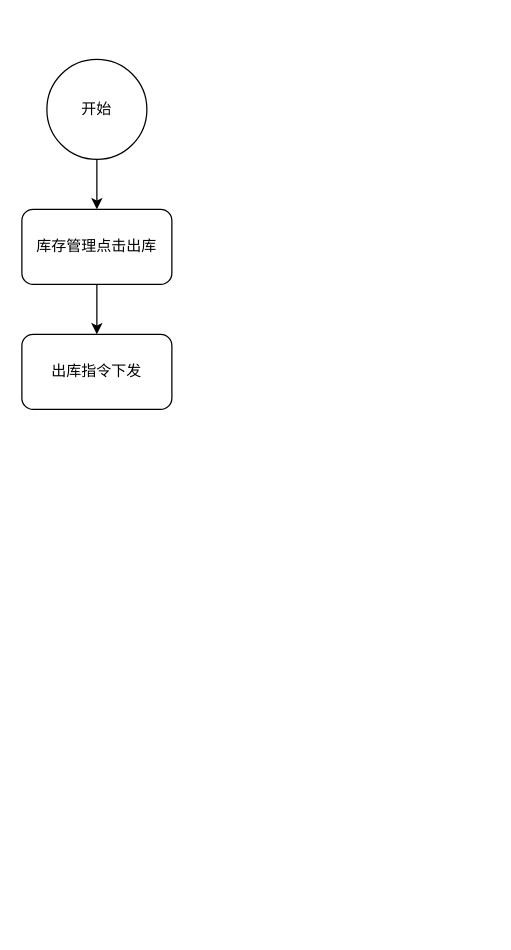
Earlier version of the draw.io diagram 威海HP出库流程.drawio (FrankKirin/PM_works). Source tidied: cells renumbered, new cells numbered last; positions are measured from the earlier drawing's top-left corner, leaving out a move shared by most shapes. Both pictures are drawn from the tidied source at 125%, with x=0, y=0 at pixel (21, 59).
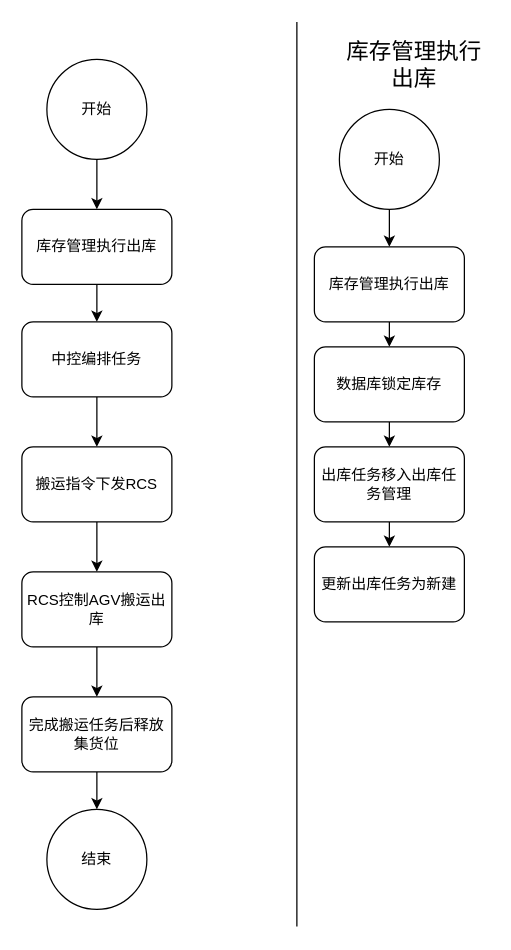
Above is the later version.

Commit message (it also covers changes not shown here):
Update 威海HP出库流程.drawio

Diff of the diagram source:
```diff
@@
-    <mxCell id="4" style="edgeStyle=orthogonalEdgeStyle;rounded=0;jettySize=auto;html=1;exitX=0.5;exitY=1;exitDx=0;exitDy=0;entryX=0.5;entryY=0;entryDx=0;entryDy=0;" parent="1" edge="1" source="5" target="6">
-      <mxGeometry relative="1" as="geometry" />
-    </mxCell>
+    <mxCell id="7" style="edgeStyle=orthogonalEdgeStyle;rounded=0;jettySize=auto;html=1;exitX=0.5;exitY=1;exitDx=0;exitDy=0;entryX=0.5;entryY=0;entryDx=0;entryDy=0;" parent="1" edge="1" source="5" target="15">
+      <mxGeometry relative="1" as="geometry" />
+    </mxCell>
-    <mxCell id="5" value="库存管理点击出库" style="rounded=1;whiteSpace=wrap;html=1;" parent="1" vertex="1">
+    <mxCell id="5" value="库存管理执行出库" style="rounded=1;whiteSpace=wrap;html=1;" parent="1" vertex="1">
       <mxGeometry y="120" width="120" height="60" as="geometry" />
     </mxCell>
+    <mxCell id="8" style="edgeStyle=orthogonalEdgeStyle;rounded=0;jettySize=auto;html=1;exitX=0.5;exitY=1;exitDx=0;exitDy=0;entryX=0.5;entryY=0;entryDx=0;entryDy=0;" parent="1" edge="1" source="6" target="10">
+      <mxGeometry relative="1" as="geometry" />
+    </mxCell>
-    <mxCell id="6" value="出库指令下发" style="rounded=1;whiteSpace=wrap;html=1;" parent="1" vertex="1">
-      <mxGeometry y="220" width="120" height="60" as="geometry" />
+    <mxCell id="6" value="搬运指令下发RCS" style="rounded=1;whiteSpace=wrap;html=1;" parent="1" vertex="1">
+      <mxGeometry y="310" width="120" height="60" as="geometry" />
     </mxCell>
+    <mxCell id="9" style="edgeStyle=orthogonalEdgeStyle;rounded=0;jettySize=auto;html=1;exitX=0.5;exitY=1;exitDx=0;exitDy=0;entryX=0.5;entryY=0;entryDx=0;entryDy=0;" parent="1" edge="1" source="10" target="12">
+      <mxGeometry relative="1" as="geometry" />
+    </mxCell>
+    <mxCell id="10" value="RCS控制AGV搬运出库" style="rounded=1;whiteSpace=wrap;html=1;" parent="1" vertex="1">
+      <mxGeometry y="410" width="120" height="60" as="geometry" />
+    </mxCell>
+    <mxCell id="11" style="edgeStyle=orthogonalEdgeStyle;rounded=0;jettySize=auto;html=1;exitX=0.5;exitY=1;exitDx=0;exitDy=0;entryX=0.5;entryY=0;entryDx=0;entryDy=0;" parent="1" edge="1" source="12" target="13">
+      <mxGeometry relative="1" as="geometry" />
+    </mxCell>
+    <mxCell id="12" value="完成搬运任务后释放集货位" style="rounded=1;whiteSpace=wrap;html=1;" parent="1" vertex="1">
+      <mxGeometry y="510" width="120" height="60" as="geometry" />
+    </mxCell>
+    <mxCell id="13" value="结束" style="ellipse;whiteSpace=wrap;html=1;" parent="1" vertex="1">
+      <mxGeometry x="20" y="600" width="80" height="80" as="geometry" />
+    </mxCell>
+    <mxCell id="14" style="edgeStyle=orthogonalEdgeStyle;rounded=0;jettySize=auto;html=1;exitX=0.5;exitY=1;exitDx=0;exitDy=0;entryX=0.5;entryY=0;entryDx=0;entryDy=0;" parent="1" edge="1" source="15" target="6">
+      <mxGeometry relative="1" as="geometry" />
+    </mxCell>
+    <mxCell id="15" value="中控编排任务" style="rounded=1;whiteSpace=wrap;html=1;" parent="1" vertex="1">
+      <mxGeometry y="210" width="120" height="60" as="geometry" />
+    </mxCell>
+    <mxCell id="16" style="endArrow=none;html=1;rounded=0;" parent="1" edge="1">
+      <mxGeometry relative="1" as="geometry">
+        <mxPoint x="220" y="693.6" as="sourcePoint" />
+        <mxPoint x="220" y="-30" as="targetPoint" />
+      </mxGeometry>
+    </mxCell>
+    <mxCell id="17" value="&lt;font style=&quot;font-size: 18px&quot;&gt;库存管理执行出库&lt;/font&gt;" style="text;html=1;strokeColor=none;fillColor=none;align=center;verticalAlign=middle;whiteSpace=wrap;rounded=0;" parent="1" vertex="1">
+      <mxGeometry x="254" y="-10" width="120" height="30" as="geometry" />
+    </mxCell>
+    <mxCell id="18" style="edgeStyle=orthogonalEdgeStyle;rounded=0;jettySize=auto;html=1;exitX=0.5;exitY=1;exitDx=0;exitDy=0;entryX=0.5;entryY=0;entryDx=0;entryDy=0;fontSize=18;" parent="1" edge="1" source="19" target="21">
+      <mxGeometry relative="1" as="geometry" />
+    </mxCell>
+    <mxCell id="19" value="开始" style="ellipse;whiteSpace=wrap;html=1;" parent="1" vertex="1">
+      <mxGeometry x="254" y="40" width="80" height="80" as="geometry" />
+    </mxCell>
+    <mxCell id="20" style="edgeStyle=orthogonalEdgeStyle;rounded=0;jettySize=auto;html=1;exitX=0.5;exitY=1;exitDx=0;exitDy=0;entryX=0.5;entryY=0;entryDx=0;entryDy=0;fontSize=18;" parent="1" edge="1" source="21" target="23">
+      <mxGeometry relative="1" as="geometry" />
+    </mxCell>
+    <mxCell id="21" value="库存管理执行出库" style="rounded=1;whiteSpace=wrap;html=1;" parent="1" vertex="1">
+      <mxGeometry x="234" y="150" width="120" height="60" as="geometry" />
+    </mxCell>
+    <mxCell id="22" style="edgeStyle=orthogonalEdgeStyle;rounded=0;jettySize=auto;html=1;exitX=0.5;exitY=1;exitDx=0;exitDy=0;entryX=0.5;entryY=0;entryDx=0;entryDy=0;fontSize=18;" parent="1" edge="1" source="23" target="25">
+      <mxGeometry relative="1" as="geometry" />
+    </mxCell>
+    <mxCell id="23" value="数据库锁定库存" style="rounded=1;whiteSpace=wrap;html=1;" parent="1" vertex="1">
+      <mxGeometry x="234" y="230" width="120" height="60" as="geometry" />
+    </mxCell>
+    <mxCell id="24" style="edgeStyle=orthogonalEdgeStyle;rounded=0;jettySize=auto;html=1;exitX=0.5;exitY=1;exitDx=0;exitDy=0;entryX=0.5;entryY=0;entryDx=0;entryDy=0;fontSize=18;" parent="1" edge="1" source="25" target="26">
+      <mxGeometry relative="1" as="geometry" />
+    </mxCell>
+    <mxCell id="25" value="出库任务移入出库任务管理" style="rounded=1;whiteSpace=wrap;html=1;" parent="1" vertex="1">
+      <mxGeometry x="234" y="310" width="120" height="60" as="geometry" />
+    </mxCell>
+    <mxCell id="26" value="更新出库任务为新建" style="rounded=1;whiteSpace=wrap;html=1;" parent="1" vertex="1">
+      <mxGeometry x="234" y="390" width="120" height="60" as="geometry" />
+    </mxCell>
```
